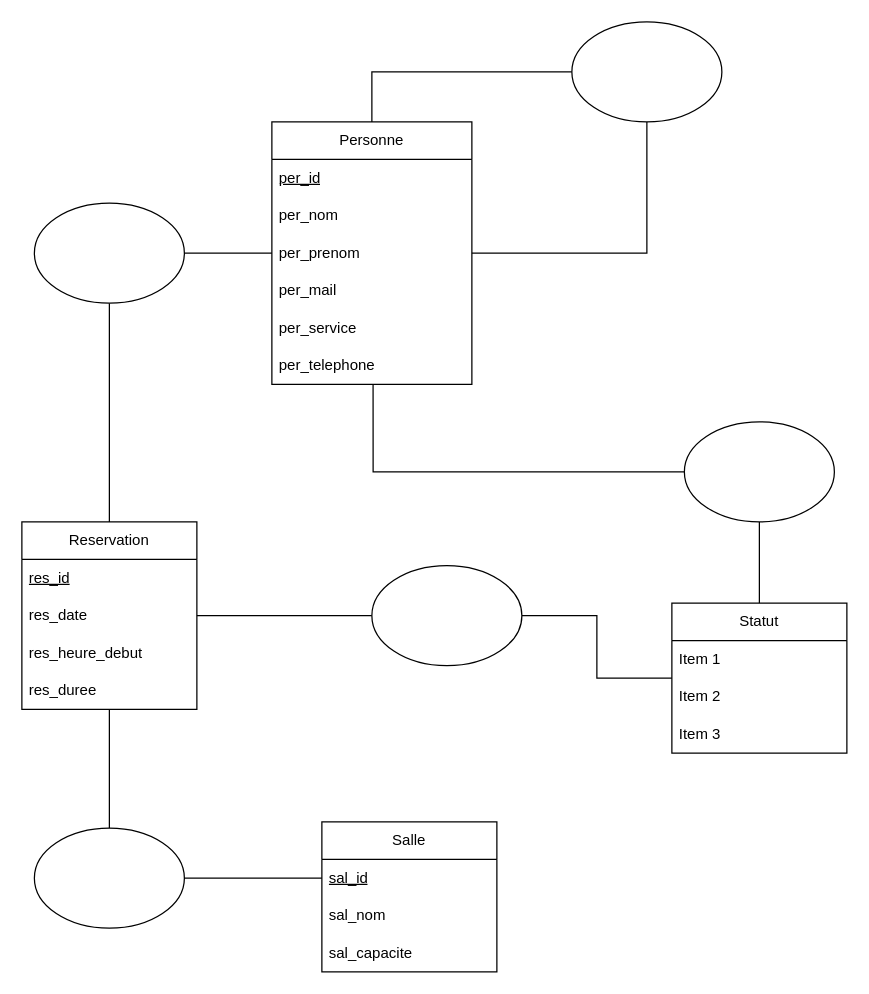
The draw.io diagram MCD_Reservation_Salle.drawio in Mzk-Ali/EXO_M2I_MERISE, before the edit. Source tidied: cells renumbered, new cells numbered last; positions are measured from the earlier drawing's top-left corner, leaving out a move shared by most shapes. Both pictures are drawn from the tidied source at 125%, with x=0, y=0 at pixel (21, 21).
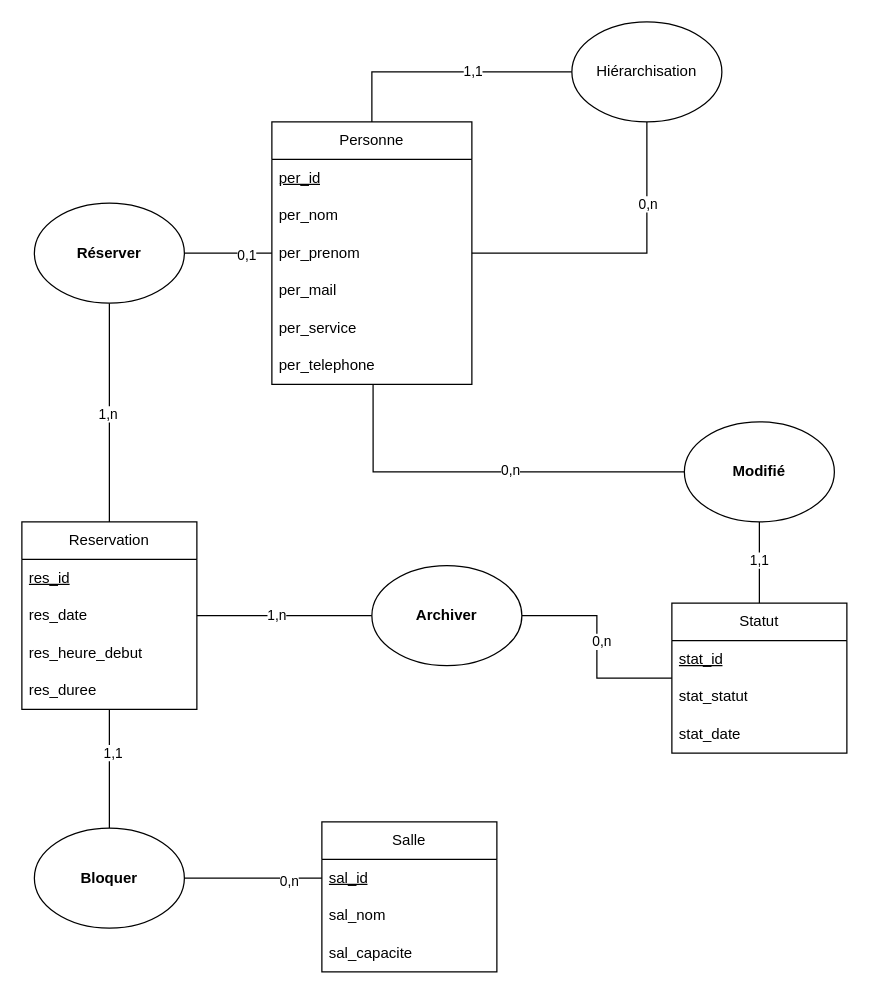
The same diagram, later.

Commit message (it also covers changes not shown here):
Mettre à jour MCD_Reservation_Salle.drawio

The change refers to these unchanged cells:
```xml
<mxCell id="6" style="edgeStyle=orthogonalEdgeStyle;rounded=0;jettySize=auto;html=1;entryX=0;entryY=0.5;entryDx=0;entryDy=0;endArrow=none;startFill=0;" parent="1" edge="1" source="8" target="34">
  <mxGeometry relative="1" as="geometry" />
</mxCell>
<mxCell id="7" style="edgeStyle=orthogonalEdgeStyle;rounded=0;jettySize=auto;html=1;entryX=0.5;entryY=0;entryDx=0;entryDy=0;endArrow=none;startFill=0;" parent="1" edge="1" source="8" target="35">
  <mxGeometry relative="1" as="geometry" />
</mxCell>
<mxCell id="13" style="edgeStyle=orthogonalEdgeStyle;rounded=0;jettySize=auto;html=1;entryX=0.5;entryY=1;entryDx=0;entryDy=0;endArrow=none;startFill=0;" parent="1" edge="1" source="17" target="24">
  <mxGeometry relative="1" as="geometry" />
</mxCell>
<mxCell id="14" style="edgeStyle=orthogonalEdgeStyle;rounded=0;jettySize=auto;html=1;entryX=0;entryY=0.5;entryDx=0;entryDy=0;exitX=0.5;exitY=0;exitDx=0;exitDy=0;endArrow=none;startFill=0;" parent="1" edge="1" source="17" target="24">
  <mxGeometry relative="1" as="geometry" />
</mxCell>
<mxCell id="15" style="edgeStyle=orthogonalEdgeStyle;rounded=0;jettySize=auto;html=1;entryX=1;entryY=0.5;entryDx=0;entryDy=0;endArrow=none;startFill=0;" parent="1" edge="1" source="17" target="26">
  <mxGeometry relative="1" as="geometry" />
</mxCell>
<mxCell id="16" style="edgeStyle=orthogonalEdgeStyle;rounded=0;jettySize=auto;html=1;entryX=0;entryY=0.5;entryDx=0;entryDy=0;exitX=0.506;exitY=1;exitDx=0;exitDy=0;exitPerimeter=0;endArrow=none;startFill=0;" parent="1" edge="1" source="23" target="33">
  <mxGeometry relative="1" as="geometry" />
</mxCell>
<mxCell id="25" style="edgeStyle=orthogonalEdgeStyle;rounded=0;jettySize=auto;html=1;entryX=0.5;entryY=0;entryDx=0;entryDy=0;endArrow=none;startFill=0;" parent="1" edge="1" source="26" target="8">
  <mxGeometry relative="1" as="geometry" />
</mxCell>
<mxCell id="27" style="edgeStyle=orthogonalEdgeStyle;rounded=0;jettySize=auto;html=1;entryX=0.5;entryY=1;entryDx=0;entryDy=0;endArrow=none;startFill=0;" parent="1" edge="1" source="29" target="33">
  <mxGeometry relative="1" as="geometry" />
</mxCell>
<mxCell id="28" style="edgeStyle=orthogonalEdgeStyle;rounded=0;jettySize=auto;html=1;entryX=1;entryY=0.5;entryDx=0;entryDy=0;endArrow=none;startFill=0;" parent="1" edge="1" source="29" target="34">
  <mxGeometry relative="1" as="geometry" />
</mxCell>
<mxCell id="29" value="Statut" style="swimlane;fontStyle=0;horizontal=1;startSize=30;whiteSpace=wrap;html=1;" parent="1" vertex="1">
  <mxGeometry x="520" y="465" width="140" height="120" as="geometry" />
</mxCell>
<mxCell id="36" style="edgeStyle=orthogonalEdgeStyle;rounded=0;jettySize=auto;html=1;entryX=1;entryY=0.5;entryDx=0;entryDy=0;endArrow=none;startFill=0;" parent="1" edge="1" source="3" target="35">
  <mxGeometry relative="1" as="geometry" />
</mxCell>
```

Diff of the diagram source:
```diff
@@
+    <mxCell id="37" value="1,n" style="edgeLabel;html=1;align=center;verticalAlign=middle;" parent="6" vertex="1">
+      <mxGeometry x="-0.1" y="1" relative="1" as="geometry" />
+    </mxCell>
@@
+    <mxCell id="38" value="1,1" style="edgeLabel;html=1;align=center;verticalAlign=middle;" parent="7" vertex="1">
+      <mxGeometry x="-0.28" y="2" relative="1" as="geometry" />
+    </mxCell>
@@
+    <mxCell id="39" value="0,n" style="edgeLabel;html=1;align=center;verticalAlign=middle;" parent="13" vertex="1">
+      <mxGeometry x="0.47" relative="1" as="geometry" />
+    </mxCell>
@@
+    <mxCell id="40" value="1,1" style="edgeLabel;html=1;align=center;verticalAlign=middle;" parent="14" vertex="1">
+      <mxGeometry x="0.2" y="1" relative="1" as="geometry" />
+    </mxCell>
@@
+    <mxCell id="41" value="0,1" style="edgeLabel;html=1;align=center;verticalAlign=middle;" parent="15" vertex="1">
+      <mxGeometry x="-0.4" y="1" relative="1" as="geometry" />
+    </mxCell>
@@
+    <mxCell id="42" value="0,n" style="edgeLabel;html=1;align=center;verticalAlign=middle;" parent="16" vertex="1">
+      <mxGeometry x="0.13" y="2" relative="1" as="geometry" />
+    </mxCell>
@@
-    <mxCell id="24" style="ellipse;whiteSpace=wrap;html=1;" parent="1" vertex="1">
+    <mxCell id="24" value="Hiérarchisation" style="ellipse;whiteSpace=wrap;html=1;" parent="1" vertex="1">
       <mxGeometry x="440" width="120" height="80" as="geometry" />
     </mxCell>
@@
+    <mxCell id="43" value="1,n" style="edgeLabel;html=1;align=center;verticalAlign=middle;" parent="25" vertex="1">
+      <mxGeometry x="0.01" y="-2" relative="1" as="geometry" />
+    </mxCell>
-    <mxCell id="26" style="ellipse;whiteSpace=wrap;html=1;" parent="1" vertex="1">
+    <mxCell id="26" value="&lt;b&gt;Réserver&lt;/b&gt;" style="ellipse;whiteSpace=wrap;html=1;" parent="1" vertex="1">
       <mxGeometry x="10" y="145" width="120" height="80" as="geometry" />
     </mxCell>
@@
+    <mxCell id="44" value="1,1" style="edgeLabel;html=1;align=center;verticalAlign=middle;" parent="27" vertex="1">
+      <mxGeometry x="0.08" y="1" relative="1" as="geometry" />
+    </mxCell>
@@
+    <mxCell id="45" value="0,n" style="edgeLabel;html=1;align=center;verticalAlign=middle;" parent="28" vertex="1">
+      <mxGeometry x="0.06" y="-3" relative="1" as="geometry" />
+    </mxCell>
@@
-    <mxCell id="30" value="Item 1" style="text;strokeColor=none;fillColor=none;align=left;verticalAlign=middle;spacingLeft=4;spacingRight=4;overflow=hidden;whiteSpace=wrap;html=1;" parent="29" vertex="1">
+    <mxCell id="30" value="&lt;u&gt;stat_id&lt;/u&gt;" style="text;strokeColor=none;fillColor=none;align=left;verticalAlign=middle;spacingLeft=4;spacingRight=4;overflow=hidden;whiteSpace=wrap;html=1;" parent="29" vertex="1">
       <mxGeometry y="30" width="140" height="30" as="geometry" />
     </mxCell>
-    <mxCell id="31" value="Item 2" style="text;strokeColor=none;fillColor=none;align=left;verticalAlign=middle;spacingLeft=4;spacingRight=4;overflow=hidden;whiteSpace=wrap;html=1;" parent="29" vertex="1">
+    <mxCell id="31" value="stat_statut" style="text;strokeColor=none;fillColor=none;align=left;verticalAlign=middle;spacingLeft=4;spacingRight=4;overflow=hidden;whiteSpace=wrap;html=1;" parent="29" vertex="1">
       <mxGeometry y="60" width="140" height="30" as="geometry" />
     </mxCell>
-    <mxCell id="32" value="Item 3" style="text;strokeColor=none;fillColor=none;align=left;verticalAlign=middle;spacingLeft=4;spacingRight=4;overflow=hidden;whiteSpace=wrap;html=1;" parent="29" vertex="1">
+    <mxCell id="32" value="stat_date" style="text;strokeColor=none;fillColor=none;align=left;verticalAlign=middle;spacingLeft=4;spacingRight=4;overflow=hidden;whiteSpace=wrap;html=1;" parent="29" vertex="1">
       <mxGeometry y="90" width="140" height="30" as="geometry" />
     </mxCell>
-    <mxCell id="33" style="ellipse;whiteSpace=wrap;html=1;" parent="1" vertex="1">
+    <mxCell id="33" value="&lt;b&gt;Modifié&lt;/b&gt;" style="ellipse;whiteSpace=wrap;html=1;" parent="1" vertex="1">
       <mxGeometry x="530" y="320" width="120" height="80" as="geometry" />
     </mxCell>
-    <mxCell id="34" style="ellipse;whiteSpace=wrap;html=1;" parent="1" vertex="1">
+    <mxCell id="34" value="&lt;b&gt;Archiver&lt;/b&gt;" style="ellipse;whiteSpace=wrap;html=1;" parent="1" vertex="1">
       <mxGeometry x="280" y="435" width="120" height="80" as="geometry" />
     </mxCell>
-    <mxCell id="35" style="ellipse;whiteSpace=wrap;html=1;" parent="1" vertex="1">
+    <mxCell id="35" value="&lt;b&gt;Bloquer&lt;/b&gt;" style="ellipse;whiteSpace=wrap;html=1;" parent="1" vertex="1">
       <mxGeometry x="10" y="645" width="120" height="80" as="geometry" />
     </mxCell>
@@
+    <mxCell id="46" value="0,n" style="edgeLabel;html=1;align=center;verticalAlign=middle;" parent="36" vertex="1">
+      <mxGeometry x="-0.51" y="2" relative="1" as="geometry" />
+    </mxCell>
```
